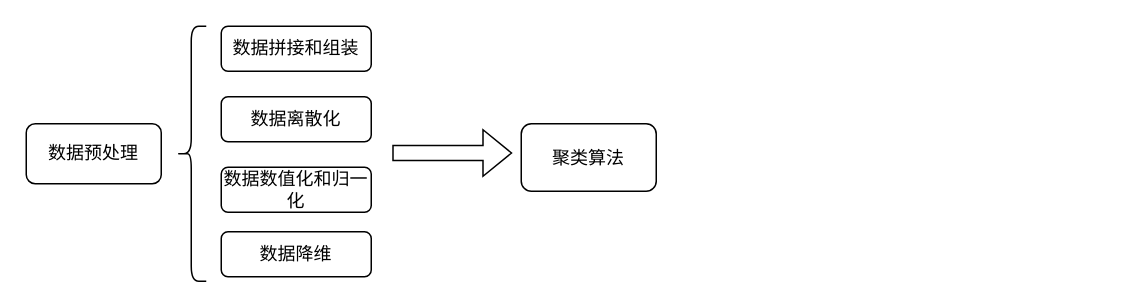
The draw.io diagram drawio/spark系统流程.drawio in ShizhongP/dl-notes, before the edit. Source tidied: cells renumbered, new cells numbered last; positions are measured from the earlier drawing's top-left corner, leaving out a move shared by most shapes. Both pictures are drawn from the tidied source at 150%, with x=0, y=0 at pixel (26, 26).
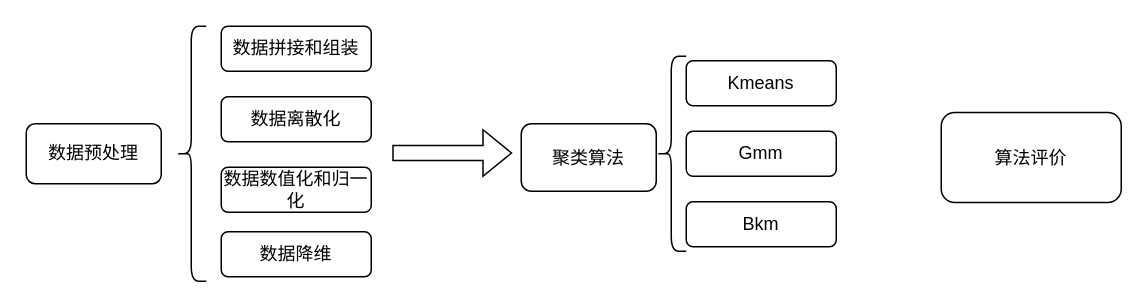
After the change.

Commit message (it also covers changes not shown here):
更新spark系统流程.drawio

Change to the diagram source:
```diff
@@
 <mxGraphModel>
   <root>
     <mxCell id="0" />
     <mxCell id="1" parent="0" />
     <mxCell id="2" value="数据预处理" style="rounded=1;whiteSpace=wrap;html=1;" parent="1" vertex="1">
       <mxGeometry y="65" width="90" height="40" as="geometry" />
     </mxCell>
     <mxCell id="3" value="数据拼接和组装" style="rounded=1;whiteSpace=wrap;html=1;" parent="1" vertex="1">
       <mxGeometry x="130" width="100" height="30" as="geometry" />
     </mxCell>
     <mxCell id="4" style="shape=curlyBracket;whiteSpace=wrap;html=1;rounded=1;labelPosition=left;verticalLabelPosition=middle;align=right;verticalAlign=middle;" parent="1" vertex="1">
       <mxGeometry x="100" width="20" height="170" as="geometry" />
     </mxCell>
     <mxCell id="5" value="数据离散化" style="rounded=1;whiteSpace=wrap;html=1;" parent="1" vertex="1">
       <mxGeometry x="130" y="47" width="100" height="30" as="geometry" />
     </mxCell>
     <mxCell id="6" value="数据数值化和归一化" style="rounded=1;whiteSpace=wrap;html=1;" parent="1" vertex="1">
       <mxGeometry x="130" y="94" width="100" height="30" as="geometry" />
     </mxCell>
     <mxCell id="7" value="数据降维" style="rounded=1;whiteSpace=wrap;html=1;" parent="1" vertex="1">
       <mxGeometry x="130" y="137" width="100" height="30" as="geometry" />
     </mxCell>
     <mxCell id="8" style="shape=flexArrow;endArrow=classic;html=1;rounded=0;" parent="1" edge="1">
       <mxGeometry relative="1" as="geometry">
         <mxPoint x="244" y="84.5" as="sourcePoint" />
         <mxPoint x="324" y="84.5" as="targetPoint" />
       </mxGeometry>
     </mxCell>
     <mxCell id="9" value="聚类算法" style="rounded=1;whiteSpace=wrap;html=1;" parent="1" vertex="1">
       <mxGeometry x="330" y="65" width="90" height="45" as="geometry" />
     </mxCell>
+    <mxCell id="10" value="Kmeans" style="rounded=1;whiteSpace=wrap;html=1;" parent="1" vertex="1">
+      <mxGeometry x="440" y="23" width="100" height="30" as="geometry" />
+    </mxCell>
+    <mxCell id="11" style="shape=curlyBracket;whiteSpace=wrap;html=1;rounded=1;labelPosition=left;verticalLabelPosition=middle;align=right;verticalAlign=middle;" parent="1" vertex="1">
+      <mxGeometry x="420" y="20" width="20" height="130" as="geometry" />
+    </mxCell>
+    <mxCell id="12" value="Gmm" style="rounded=1;whiteSpace=wrap;html=1;" parent="1" vertex="1">
+      <mxGeometry x="440" y="70" width="100" height="30" as="geometry" />
+    </mxCell>
+    <mxCell id="13" value="Bkm" style="rounded=1;whiteSpace=wrap;html=1;" parent="1" vertex="1">
+      <mxGeometry x="440" y="117" width="100" height="30" as="geometry" />
+    </mxCell>
+    <mxCell id="14" value="算法评价" style="rounded=1;whiteSpace=wrap;html=1;" parent="1" vertex="1">
+      <mxGeometry x="610" y="57.5" width="120" height="60" as="geometry" />
+    </mxCell>
   </root>
 </mxGraphModel>
```
